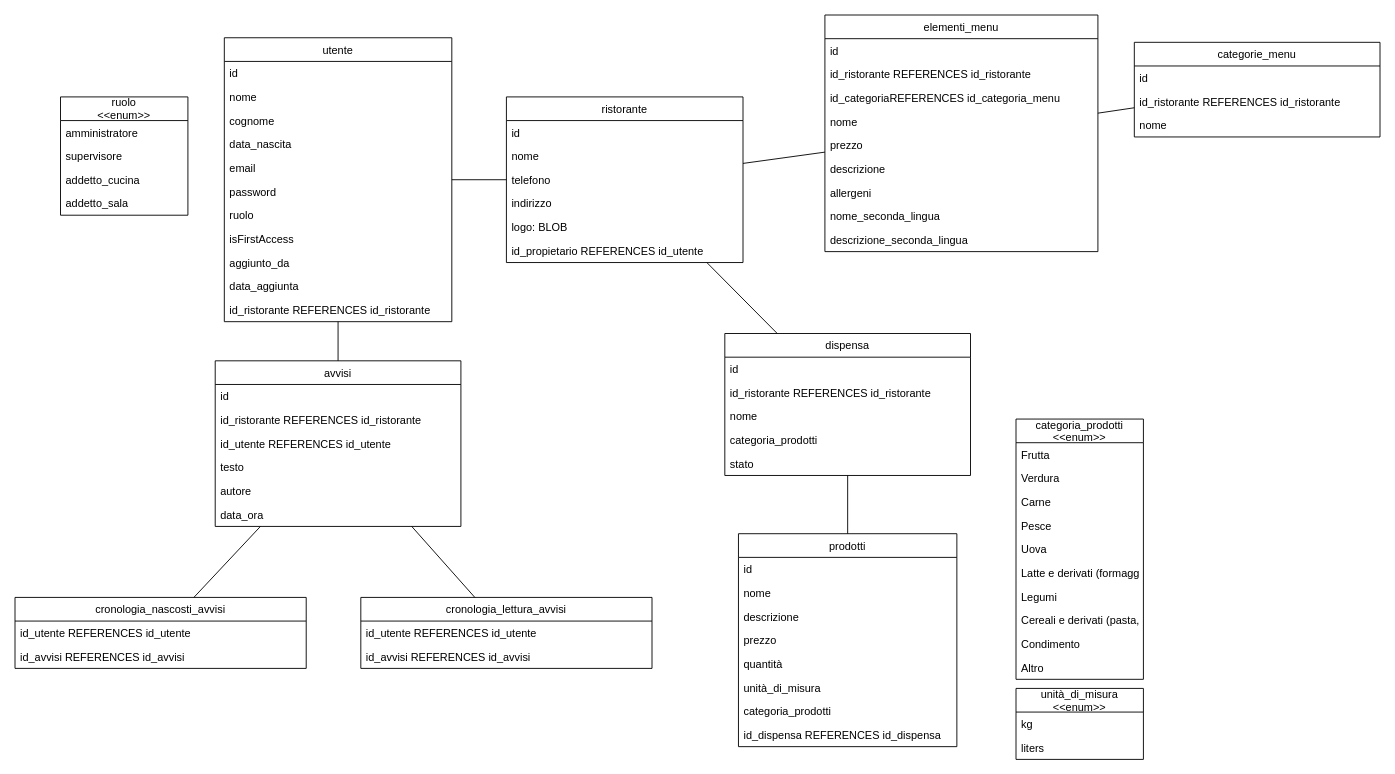
Before: class diagrams/ChatGPT.drawio in CristianCarrella/Ratatouille23, a draw.io diagram. Source tidied: cells renumbered, new cells numbered last; positions are measured from the earlier drawing's top-left corner, leaving out a move shared by most shapes. Both pictures are drawn from the tidied source at 91%, with x=0, y=0 at pixel (15, 15).
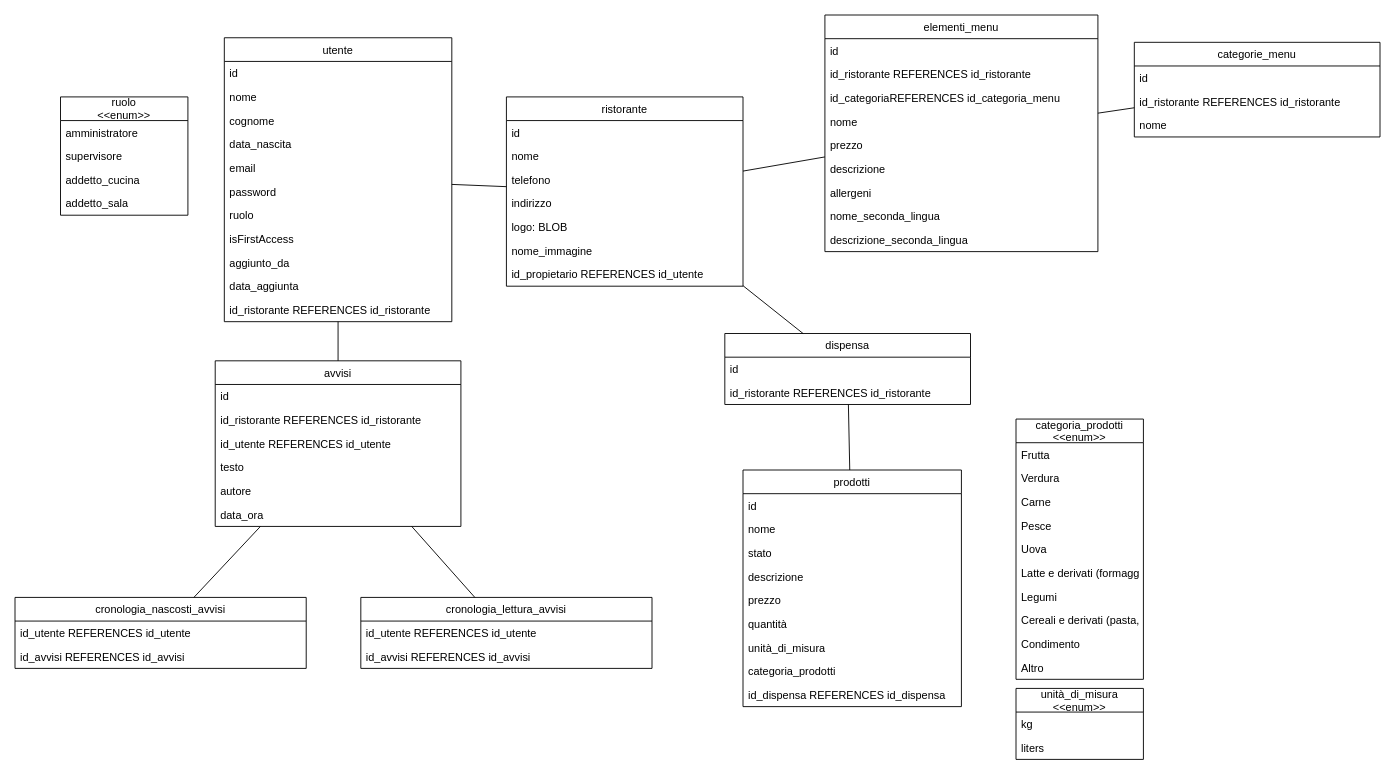
After the change.

Commit message (it also covers changes not shown here):
ChatGPT drawio e sql

What changed in the source:
```diff
@@
     <mxCell id="14" value="ristorante" style="swimlane;fontStyle=0;horizontal=1;startSize=26;fillColor=none;" parent="1" vertex="1">
-      <mxGeometry x="540" y="90" width="260" height="182" as="geometry" />
+      <mxGeometry x="540" y="90" width="260" height="208" as="geometry" />
     </mxCell>
@@
+    <mxCell id="90" value="nome_immagine" style="text;strokeColor=none;fillColor=none;align=left;verticalAlign=top;spacingLeft=4;spacingRight=4;overflow=hidden;" parent="14" vertex="1">
+      <mxGeometry y="156" width="260" height="26" as="geometry" />
+    </mxCell>
     <mxCell id="20" value="id_propietario REFERENCES id_utente" style="text;strokeColor=none;fillColor=none;align=left;verticalAlign=top;spacingLeft=4;spacingRight=4;overflow=hidden;" parent="14" vertex="1">
-      <mxGeometry y="156" width="260" height="26" as="geometry" />
+      <mxGeometry y="182" width="260" height="26" as="geometry" />
     </mxCell>
@@
     <mxCell id="40" value="dispensa" style="swimlane;fontStyle=0;horizontal=1;startSize=26;fillColor=none;" parent="1" vertex="1">
-      <mxGeometry x="780" y="350" width="270" height="156" as="geometry" />
+      <mxGeometry x="780" y="350" width="270" height="78" as="geometry" />
     </mxCell>
@@
-    <mxCell id="43" value="nome" style="text;strokeColor=none;fillColor=none;align=left;verticalAlign=top;spacingLeft=4;spacingRight=4;overflow=hidden;" parent="40" vertex="1">
-      <mxGeometry y="78" width="270" height="26" as="geometry" />
-    </mxCell>
-    <mxCell id="44" value="categoria_prodotti" style="text;strokeColor=none;fillColor=none;align=left;verticalAlign=top;spacingLeft=4;spacingRight=4;overflow=hidden;" parent="40" vertex="1">
-      <mxGeometry y="104" width="270" height="26" as="geometry" />
-    </mxCell>
-    <mxCell id="45" value="stato" style="text;strokeColor=none;fillColor=none;align=left;verticalAlign=top;spacingLeft=4;spacingRight=4;overflow=hidden;" parent="40" vertex="1">
-      <mxGeometry y="130" width="270" height="26" as="geometry" />
-    </mxCell>
@@
     <mxCell id="65" value="prodotti" style="swimlane;fontStyle=0;horizontal=1;startSize=26;fillColor=none;" parent="1" vertex="1">
-      <mxGeometry x="795" y="570" width="240" height="234" as="geometry" />
+      <mxGeometry x="800" y="500" width="240" height="260" as="geometry" />
     </mxCell>
@@
+    <mxCell id="45" value="stato" style="text;strokeColor=none;fillColor=none;align=left;verticalAlign=top;spacingLeft=4;spacingRight=4;overflow=hidden;" parent="65" vertex="1">
+      <mxGeometry y="78" width="240" height="26" as="geometry" />
+    </mxCell>
     <mxCell id="68" value="descrizione" style="text;strokeColor=none;fillColor=none;align=left;verticalAlign=top;spacingLeft=4;spacingRight=4;overflow=hidden;" parent="65" vertex="1">
-      <mxGeometry y="78" width="240" height="26" as="geometry" />
+      <mxGeometry y="104" width="240" height="26" as="geometry" />
     </mxCell>
     <mxCell id="69" value="prezzo" style="text;strokeColor=none;fillColor=none;align=left;verticalAlign=top;spacingLeft=4;spacingRight=4;overflow=hidden;" parent="65" vertex="1">
-      <mxGeometry y="104" width="240" height="26" as="geometry" />
+      <mxGeometry y="130" width="240" height="26" as="geometry" />
     </mxCell>
     <mxCell id="70" value="quantità" style="text;strokeColor=none;fillColor=none;align=left;verticalAlign=top;spacingLeft=4;spacingRight=4;overflow=hidden;" parent="65" vertex="1">
-      <mxGeometry y="130" width="240" height="26" as="geometry" />
+      <mxGeometry y="156" width="240" height="26" as="geometry" />
     </mxCell>
     <mxCell id="71" value="unità_di_misura" style="text;strokeColor=none;fillColor=none;align=left;verticalAlign=top;spacingLeft=4;spacingRight=4;overflow=hidden;" parent="65" vertex="1">
-      <mxGeometry y="156" width="240" height="26" as="geometry" />
+      <mxGeometry y="182" width="240" height="26" as="geometry" />
     </mxCell>
     <mxCell id="72" value="categoria_prodotti" style="text;strokeColor=none;fillColor=none;align=left;verticalAlign=top;spacingLeft=4;spacingRight=4;overflow=hidden;" parent="65" vertex="1">
-      <mxGeometry y="182" width="240" height="26" as="geometry" />
+      <mxGeometry y="208" width="240" height="26" as="geometry" />
     </mxCell>
     <mxCell id="73" value="id_dispensa REFERENCES id_dispensa" style="text;strokeColor=none;fillColor=none;align=left;verticalAlign=top;spacingLeft=4;spacingRight=4;overflow=hidden;" parent="65" vertex="1">
-      <mxGeometry y="208" width="240" height="26" as="geometry" />
+      <mxGeometry y="234" width="240" height="26" as="geometry" />
     </mxCell>
```
